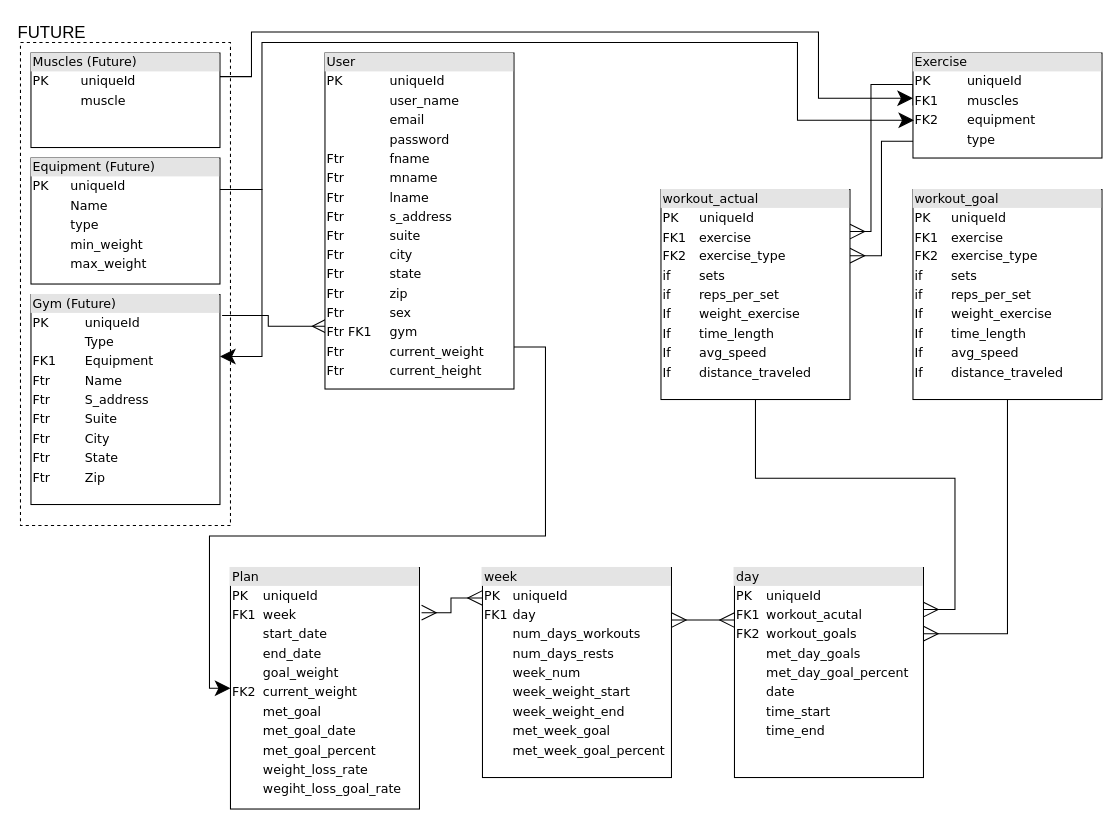
Above: plans/relational map.drawio in tmkerley/INF-601---Final (draw.io), before the change. Source tidied: cells renumbered, new cells numbered last; positions are measured from the earlier drawing's top-left corner, leaving out a move shared by most shapes. Both pictures are drawn from the tidied source at 105%, with x=0, y=0 at pixel (20, 21).
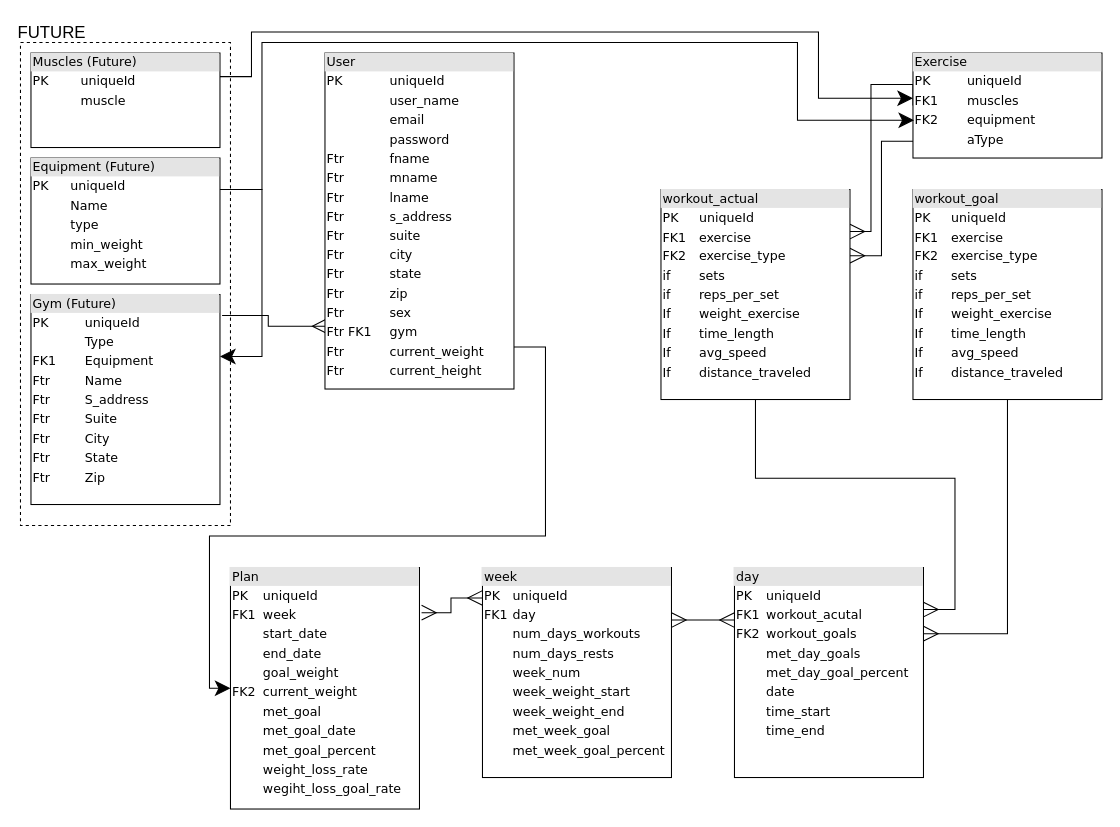
Above is the later version.

Diff of the diagram source:
```diff
@@
-    <mxCell id="10" value="&lt;div style=&quot;box-sizing: border-box ; width: 100% ; background: #e4e4e4 ; padding: 2px&quot;&gt;Exercise&lt;/div&gt;&lt;table style=&quot;width: 100% ; font-size: 1em&quot; cellpadding=&quot;2&quot; cellspacing=&quot;0&quot;&gt;&lt;tbody&gt;&lt;tr&gt;&lt;td&gt;PK&lt;/td&gt;&lt;td&gt;uniqueId&lt;/td&gt;&lt;/tr&gt;&lt;tr&gt;&lt;td&gt;FK1&lt;/td&gt;&lt;td&gt;muscles&lt;/td&gt;&lt;/tr&gt;&lt;tr&gt;&lt;td&gt;FK2&lt;/td&gt;&lt;td&gt;equipment&lt;/td&gt;&lt;/tr&gt;&lt;tr&gt;&lt;td&gt;&lt;br&gt;&lt;/td&gt;&lt;td&gt;type&lt;br&gt;&lt;/td&gt;&lt;/tr&gt;&lt;/tbody&gt;&lt;/table&gt;" style="verticalAlign=top;align=left;overflow=fill;html=1;rounded=0;shadow=0;comic=0;labelBackgroundColor=none;strokeWidth=1;fontFamily=Verdana;fontSize=12;" parent="1" vertex="1">
+    <mxCell id="10" value="&lt;div style=&quot;box-sizing: border-box ; width: 100% ; background: #e4e4e4 ; padding: 2px&quot;&gt;Exercise&lt;/div&gt;&lt;table style=&quot;width: 100% ; font-size: 1em&quot; cellpadding=&quot;2&quot; cellspacing=&quot;0&quot;&gt;&lt;tbody&gt;&lt;tr&gt;&lt;td&gt;PK&lt;/td&gt;&lt;td&gt;uniqueId&lt;/td&gt;&lt;/tr&gt;&lt;tr&gt;&lt;td&gt;FK1&lt;/td&gt;&lt;td&gt;muscles&lt;/td&gt;&lt;/tr&gt;&lt;tr&gt;&lt;td&gt;FK2&lt;/td&gt;&lt;td&gt;equipment&lt;/td&gt;&lt;/tr&gt;&lt;tr&gt;&lt;td&gt;&lt;br&gt;&lt;/td&gt;&lt;td&gt;aType&lt;br&gt;&lt;/td&gt;&lt;/tr&gt;&lt;/tbody&gt;&lt;/table&gt;" style="verticalAlign=top;align=left;overflow=fill;html=1;rounded=0;shadow=0;comic=0;labelBackgroundColor=none;strokeWidth=1;fontFamily=Verdana;fontSize=12;" parent="1" vertex="1">
       <mxGeometry x="850" y="30" width="180" height="100" as="geometry" />
     </mxCell>
```
